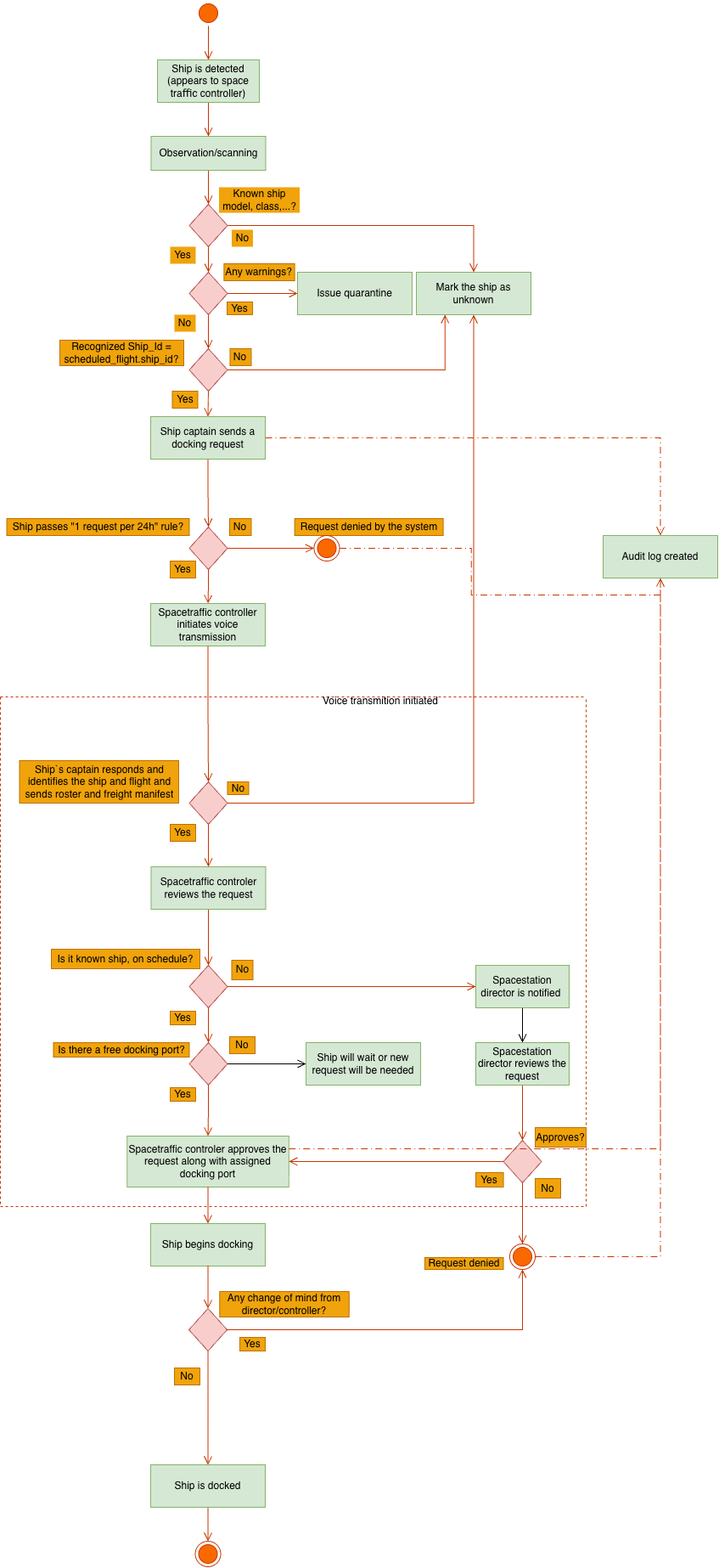
The draw.io diagram Spacedock BPMN.drawio.png in Casual159/SpaceDock-home-assignment, before a commit. Source tidied: cells renumbered, new cells last; positions are measured from the earlier drawing's top-left corner, leaving out a move shared by most shapes.
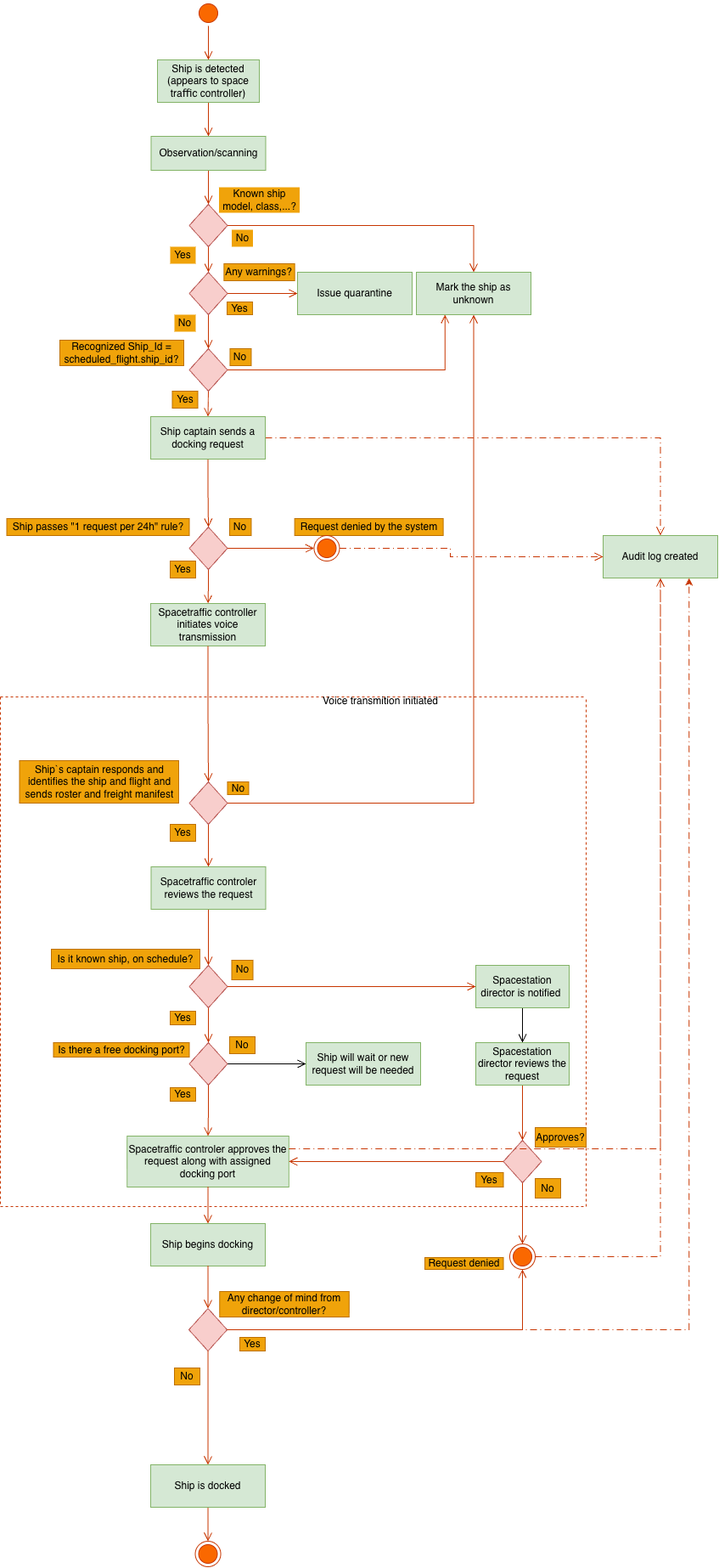
The same file after the commit.

Diff of the diagram source:
```diff
@@ -227,8 +227,13 @@
     <mxCell id="76" value="Request denied by the system" style="text;html=1;whiteSpace=wrap;align=center;verticalAlign=middle;rounded=0;fontFamily=Helvetica;fontSize=12;labelBackgroundColor=none;fillColor=#f0a30a;fontColor=#000000;strokeColor=#BD7000;" parent="1" vertex="1">
       <mxGeometry x="346.6" y="610" width="175" height="20" as="geometry" />
     </mxCell>
-    <mxCell id="77" style="edgeStyle=orthogonalEdgeStyle;shape=connector;rounded=0;jettySize=auto;html=1;exitX=1;exitY=0.5;exitDx=0;exitDy=0;entryX=0.5;entryY=1;entryDx=0;entryDy=0;align=center;verticalAlign=bottom;fontFamily=Helvetica;fontSize=12;fontColor=default;labelBackgroundColor=none;endArrow=open;endSize=8;dashed=1;dashPattern=8 4 1 4;fillColor=#fa6800;strokeColor=#C73500;" parent="1" edge="1" source="78" target="75">
-      <mxGeometry relative="1" as="geometry" />
+    <mxCell id="77" style="edgeStyle=orthogonalEdgeStyle;shape=connector;rounded=0;jettySize=auto;html=1;exitX=1;exitY=0.5;exitDx=0;exitDy=0;entryX=0;entryY=0.5;entryDx=0;entryDy=0;align=center;verticalAlign=bottom;fontFamily=Helvetica;fontSize=12;fontColor=default;labelBackgroundColor=none;endArrow=open;endSize=8;dashed=1;dashPattern=8 4 1 4;fillColor=#fa6800;strokeColor=#C73500;" parent="1" edge="1" source="78" target="75">
+      <mxGeometry relative="1" as="geometry">
+        <Array as="points">
+          <mxPoint x="530" y="645" />
+          <mxPoint x="530" y="655" />
+        </Array>
+      </mxGeometry>
     </mxCell>
     <mxCell id="78" style="ellipse;html=1;shape=endState;fontFamily=Helvetica;fontSize=12;labelBackgroundColor=none;fillColor=#fa6800;fontColor=#000000;strokeColor=#C73500;" parent="1" vertex="1">
       <mxGeometry x="369.5" y="630" width="30" height="30" as="geometry" />
@@ -248,6 +253,9 @@
     <mxCell id="83" style="edgeStyle=orthogonalEdgeStyle;shape=connector;rounded=0;jettySize=auto;html=1;exitX=0.5;exitY=1;exitDx=0;exitDy=0;entryX=0.5;entryY=0;entryDx=0;entryDy=0;align=center;verticalAlign=bottom;fontFamily=Helvetica;fontSize=12;fontColor=default;labelBackgroundColor=none;endArrow=open;endSize=8;fillColor=#fa6800;strokeColor=#C73500;" parent="1" edge="1" source="81" target="84">
       <mxGeometry relative="1" as="geometry" />
     </mxCell>
+    <mxCell id="93" style="edgeStyle=orthogonalEdgeStyle;rounded=0;jettySize=auto;html=1;exitX=1;exitY=0.5;exitDx=0;exitDy=0;entryX=0.75;entryY=1;entryDx=0;entryDy=0;dashed=1;dashPattern=8 4 1 4;fillColor=#fa6800;strokeColor=#C73500;" parent="1" edge="1" source="84" target="75">
+      <mxGeometry relative="1" as="geometry" />
+    </mxCell>
     <mxCell id="84" style="rhombus;whiteSpace=wrap;html=1;fontFamily=Helvetica;fontSize=12;labelBackgroundColor=none;fillColor=#f8cecc;strokeColor=#b85450;" parent="1" vertex="1">
       <mxGeometry x="222" y="1540" width="45" height="50" as="geometry" />
     </mxCell>
```
